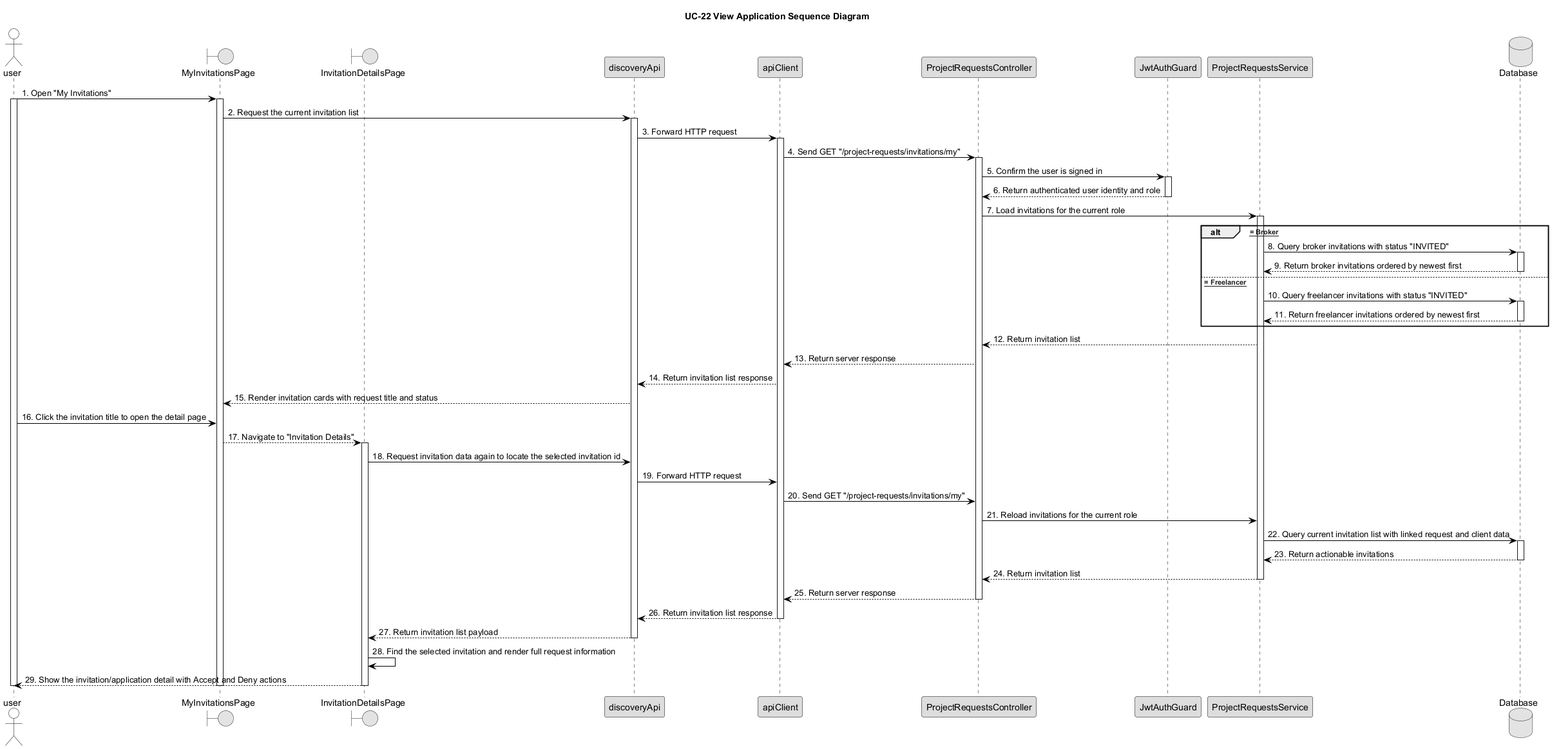
This is diagram/sequence/UC22_View_Application_Sequence_Diagram.png from bangdcce/SEP492-Project, a PlantUML export, as it was before one commit. Its diagram source:
```plantuml
@startuml UC22_View_Application_Sequence_Diagram



skinparam monochrome true



skinparam defaultFontColor Black



skinparam shadowing false



skinparam sequence {



    ArrowColor Black



    LifeLineBorderColor Black



    LifeLineBackgroundColor White



    ParticipantBorderColor Black



    ParticipantBackgroundColor #DDDDDD



    ParticipantFontColor Black



    ActorBorderColor Black



    ActorBackgroundColor White



    ActorFontColor Black



    GroupHeaderFontColor Black



    GroupHeaderBackgroundColor White



    GroupBodyBackgroundColor White



    GroupBorderColor Black



}



title UC-22 View Application Sequence Diagram



actor user



boundary "MyInvitationsPage" as ListPage



boundary "InvitationDetailsPage" as DetailPage



participant "discoveryApi" as DiscoveryAPI



participant "apiClient" as ApiClient



participant "ProjectRequestsController" as Controller



participant "JwtAuthGuard" as JWTGuard



participant "ProjectRequestsService" as Service



database "Database" as DB



user -> ListPage : 1. Open "My Invitations"



activate user



activate ListPage



ListPage -> DiscoveryAPI : 2. Request the current invitation list



activate DiscoveryAPI



DiscoveryAPI -> ApiClient : 3. Forward HTTP request



activate ApiClient



ApiClient -> Controller : 4. Send GET "/project-requests/invitations/my"



activate Controller



Controller -> JWTGuard : 5. Confirm the user is signed in



activate JWTGuard



JWTGuard --> Controller : 6. Return authenticated user identity and role



deactivate JWTGuard



Controller -> Service : 7. Load invitations for the current role



activate Service



alt [Role = Broker]



    Service -> DB : 8. Query broker invitations with status "INVITED"



    activate DB



    DB --> Service : 9. Return broker invitations ordered by newest first



    deactivate DB



else [Role = Freelancer]



    Service -> DB : 10. Query freelancer invitations with status "INVITED"



    activate DB



    DB --> Service : 11. Return freelancer invitations ordered by newest first



    deactivate DB



end



Service --> Controller : 12. Return invitation list



Controller --> ApiClient : 13. Return server response



ApiClient --> DiscoveryAPI : 14. Return invitation list response



DiscoveryAPI --> ListPage : 15. Render invitation cards with request title and status



user -> ListPage : 16. Click the invitation title to open the detail page



ListPage --> DetailPage : 17. Navigate to "Invitation Details"



activate DetailPage



DetailPage -> DiscoveryAPI : 18. Request invitation data again to locate the selected invitation id



DiscoveryAPI -> ApiClient : 19. Forward HTTP request



ApiClient -> Controller : 20. Send GET "/project-requests/invitations/my"



Controller -> Service : 21. Reload invitations for the current role



Service -> DB : 22. Query current invitation list with linked request and client data



activate DB



DB --> Service : 23. Return actionable invitations



deactivate DB



Service --> Controller : 24. Return invitation list



deactivate Service



Controller --> ApiClient : 25. Return server response



deactivate Controller



ApiClient --> DiscoveryAPI : 26. Return invitation list response



deactivate ApiClient



DiscoveryAPI --> DetailPage : 27. Return invitation list payload



deactivate DiscoveryAPI



DetailPage -> DetailPage : 28. Find the selected invitation and render full request information



DetailPage --> user : 29. Show the invitation/application detail with Accept and Deny actions



deactivate DetailPage



deactivate ListPage



deactivate user



@enduml
```
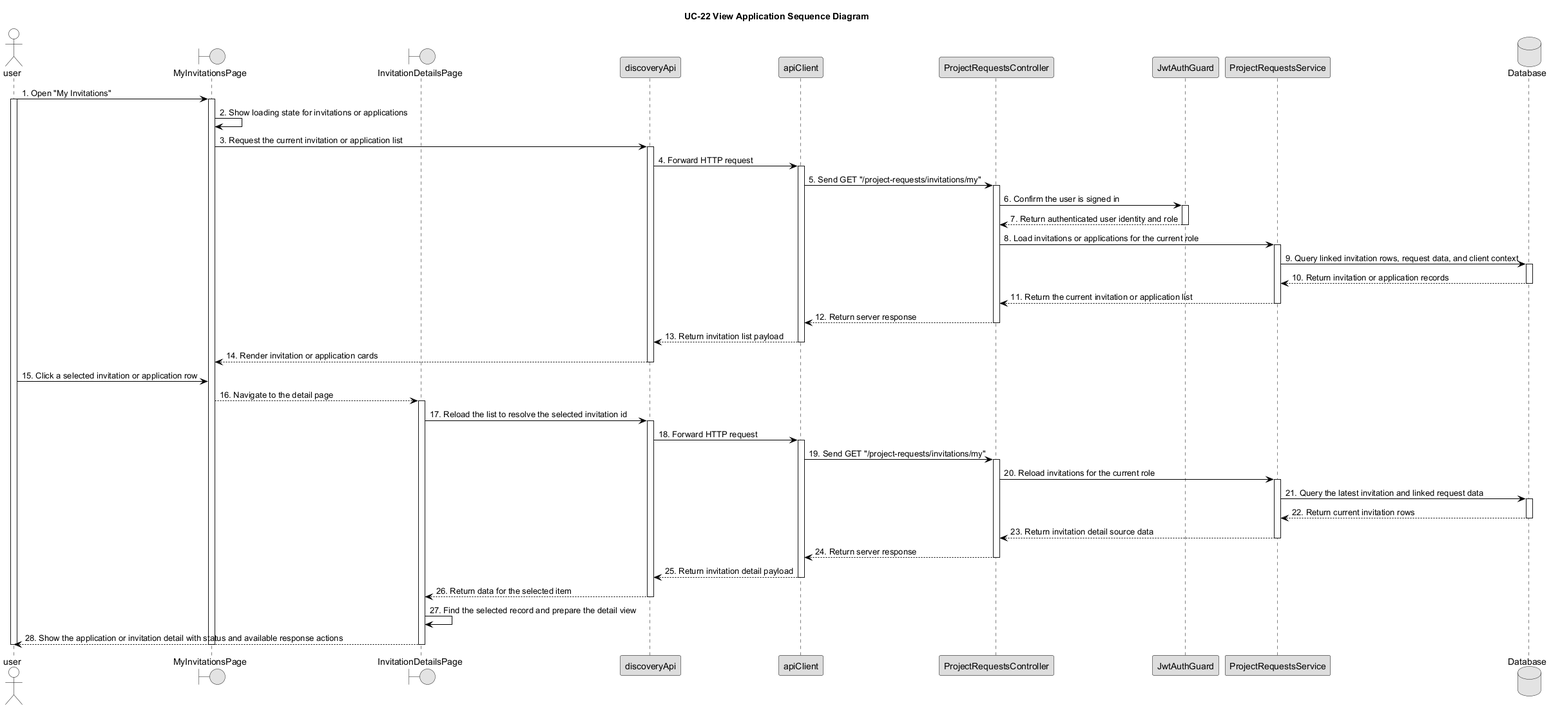
The same file after the commit.

What changed in the source:
```diff
@@ -4,11 +4,7 @@
 
 skinparam monochrome true
 
-
-
 skinparam defaultFontColor Black
-
-
 
 skinparam shadowing false
 
@@ -16,61 +12,35 @@
 
 skinparam sequence {
 
-
-
     ArrowColor Black
-
-
 
     LifeLineBorderColor Black
 
-
-
     LifeLineBackgroundColor White
-
-
 
     ParticipantBorderColor Black
 
-
-
     ParticipantBackgroundColor #DDDDDD
-
-
 
     ParticipantFontColor Black
 
-
-
     ActorBorderColor Black
-
-
 
     ActorBackgroundColor White
 
-
-
     ActorFontColor Black
-
-
 
     GroupHeaderFontColor Black
 
-
-
     GroupHeaderBackgroundColor White
-
-
 
     GroupBodyBackgroundColor White
 
+    GroupBorderColor Black
+
+}
 
 
-    GroupBorderColor Black
-
-
-
-}
 
 
 
@@ -80,35 +50,19 @@
 
 actor user
 
-
-
 boundary "MyInvitationsPage" as ListPage
-
-
 
 boundary "InvitationDetailsPage" as DetailPage
 
-
-
 participant "discoveryApi" as DiscoveryAPI
-
-
 
 participant "apiClient" as ApiClient
 
-
-
 participant "ProjectRequestsController" as Controller
-
-
 
 participant "JwtAuthGuard" as JWTGuard
 
-
-
 participant "ProjectRequestsService" as Service
-
-
 
 database "Database" as DB
 
@@ -116,215 +70,113 @@
 
 user -> ListPage : 1. Open "My Invitations"
 
-
-
 activate user
-
-
 
 activate ListPage
 
+ListPage -> ListPage : 2. Show loading state for invitations or applications
 
-
-ListPage -> DiscoveryAPI : 2. Request the current invitation list
-
-
+ListPage -> DiscoveryAPI : 3. Request the current invitation or application list
 
 activate DiscoveryAPI
 
-
-
-DiscoveryAPI -> ApiClient : 3. Forward HTTP request
-
-
+DiscoveryAPI -> ApiClient : 4. Forward HTTP request
 
 activate ApiClient
 
-
-
-ApiClient -> Controller : 4. Send GET "/project-requests/invitations/my"
-
-
+ApiClient -> Controller : 5. Send GET "/project-requests/invitations/my"
 
 activate Controller
 
-
-
-Controller -> JWTGuard : 5. Confirm the user is signed in
-
-
+Controller -> JWTGuard : 6. Confirm the user is signed in
 
 activate JWTGuard
 
-
-
-JWTGuard --> Controller : 6. Return authenticated user identity and role
-
-
+JWTGuard --> Controller : 7. Return authenticated user identity and role
 
 deactivate JWTGuard
 
-
-
-Controller -> Service : 7. Load invitations for the current role
-
-
+Controller -> Service : 8. Load invitations or applications for the current role
 
 activate Service
 
+Service -> DB : 9. Query linked invitation rows, request data, and client context
 
+activate DB
 
-alt [Role = Broker]
+DB --> Service : 10. Return invitation or application records
 
+deactivate DB
 
+Service --> Controller : 11. Return the current invitation or application list
 
-    Service -> DB : 8. Query broker invitations with status "INVITED"
+deactivate Service
 
+Controller --> ApiClient : 12. Return server response
 
+deactivate Controller
 
-    activate DB
+ApiClient --> DiscoveryAPI : 13. Return invitation list payload
 
+deactivate ApiClient
 
+DiscoveryAPI --> ListPage : 14. Render invitation or application cards
 
-    DB --> Service : 9. Return broker invitations ordered by newest first
+deactivate DiscoveryAPI
 
+user -> ListPage : 15. Click a selected invitation or application row
 
-
-    deactivate DB
-
-
-
-else [Role = Freelancer]
-
-
-
-    Service -> DB : 10. Query freelancer invitations with status "INVITED"
-
-
-
-    activate DB
-
-
-
-    DB --> Service : 11. Return freelancer invitations ordered by newest first
-
-
-
-    deactivate DB
-
-
-
-end
-
-
-
-Service --> Controller : 12. Return invitation list
-
-
-
-Controller --> ApiClient : 13. Return server response
-
-
-
-ApiClient --> DiscoveryAPI : 14. Return invitation list response
-
-
-
-DiscoveryAPI --> ListPage : 15. Render invitation cards with request title and status
-
-
-
-user -> ListPage : 16. Click the invitation title to open the detail page
-
-
-
-ListPage --> DetailPage : 17. Navigate to "Invitation Details"
-
-
+ListPage --> DetailPage : 16. Navigate to the detail page
 
 activate DetailPage
 
+DetailPage -> DiscoveryAPI : 17. Reload the list to resolve the selected invitation id
 
+activate DiscoveryAPI
 
-DetailPage -> DiscoveryAPI : 18. Request invitation data again to locate the selected invitation id
+DiscoveryAPI -> ApiClient : 18. Forward HTTP request
 
+activate ApiClient
 
+ApiClient -> Controller : 19. Send GET "/project-requests/invitations/my"
 
-DiscoveryAPI -> ApiClient : 19. Forward HTTP request
+activate Controller
 
+Controller -> Service : 20. Reload invitations for the current role
 
+activate Service
 
-ApiClient -> Controller : 20. Send GET "/project-requests/invitations/my"
-
-
-
-Controller -> Service : 21. Reload invitations for the current role
-
-
-
-Service -> DB : 22. Query current invitation list with linked request and client data
-
-
+Service -> DB : 21. Query the latest invitation and linked request data
 
 activate DB
 
-
-
-DB --> Service : 23. Return actionable invitations
-
-
+DB --> Service : 22. Return current invitation rows
 
 deactivate DB
 
-
-
-Service --> Controller : 24. Return invitation list
-
-
+Service --> Controller : 23. Return invitation detail source data
 
 deactivate Service
 
-
-
-Controller --> ApiClient : 25. Return server response
-
-
+Controller --> ApiClient : 24. Return server response
 
 deactivate Controller
 
-
-
-ApiClient --> DiscoveryAPI : 26. Return invitation list response
-
-
+ApiClient --> DiscoveryAPI : 25. Return invitation detail payload
 
 deactivate ApiClient
 
-
-
-DiscoveryAPI --> DetailPage : 27. Return invitation list payload
-
-
+DiscoveryAPI --> DetailPage : 26. Return data for the selected item
 
 deactivate DiscoveryAPI
 
+DetailPage -> DetailPage : 27. Find the selected record and prepare the detail view
 
-
-DetailPage -> DetailPage : 28. Find the selected invitation and render full request information
-
-
-
-DetailPage --> user : 29. Show the invitation/application detail with Accept and Deny actions
-
-
+DetailPage --> user : 28. Show the application or invitation detail with status and available response actions
 
 deactivate DetailPage
 
-
-
 deactivate ListPage
-
-
 
 deactivate user
 
```
